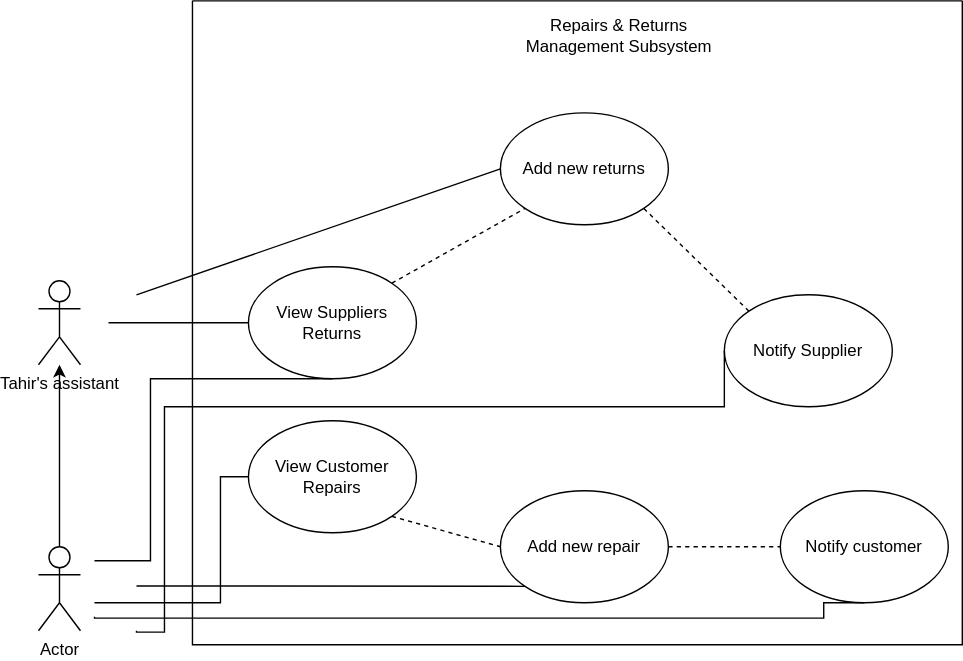
Simamkele88/IFM3_GP keeps this draw.io diagram as Repairs and Damages.drawio.svg. Above is the earlier version. Source tidied: cells renumbered, new cells last; positions are measured from the earlier drawing's top-left corner, leaving out a move shared by most shapes.
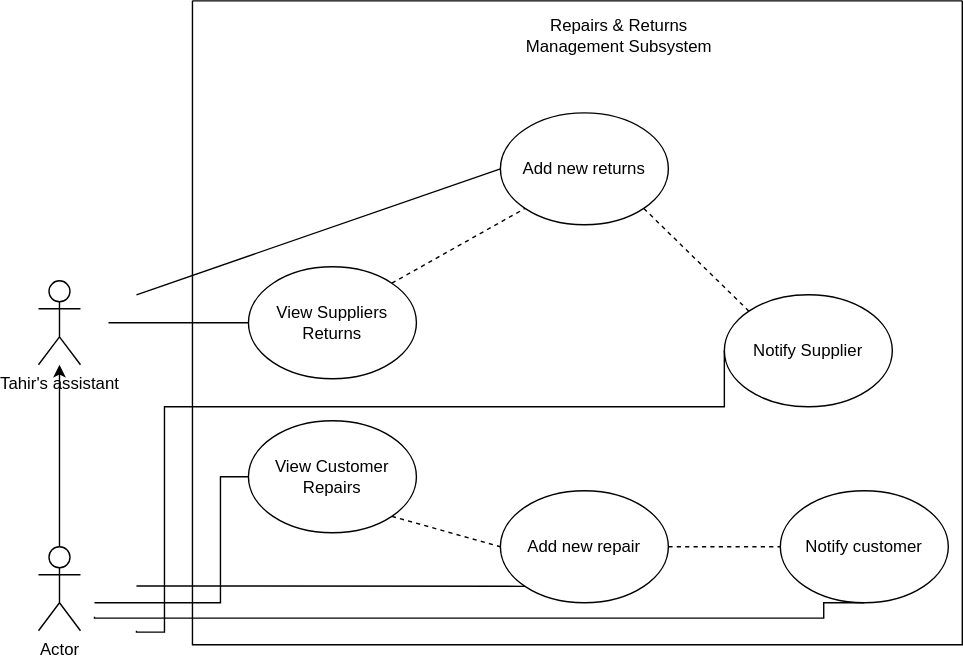
Later version of the same file.

The edit, as a diff of the source:
```diff
@@ -90,16 +90,6 @@
         <mxPoint x="70" y="418" as="sourcePoint" />
       </mxGeometry>
     </mxCell>
-    <mxCell id="22" style="endArrow=none;html=1;rounded=0;entryX=0.5;entryY=1;entryDx=0;entryDy=0;edgeStyle=orthogonalEdgeStyle;" parent="1" edge="1" target="4">
-      <mxGeometry relative="1" as="geometry">
-        <mxPoint x="40" y="400" as="sourcePoint" />
-        <Array as="points">
-          <mxPoint x="50" y="400" />
-          <mxPoint x="80" y="400" />
-          <mxPoint x="80" y="270" />
-        </Array>
-      </mxGeometry>
-    </mxCell>
     <mxCell id="23" style="endArrow=classic;html=1;rounded=0;exitX=0.5;exitY=0;exitDx=0;exitDy=0;exitPerimeter=0;" parent="1" edge="1" source="16" target="15">
       <mxGeometry relative="1" as="geometry" />
     </mxCell>
```
